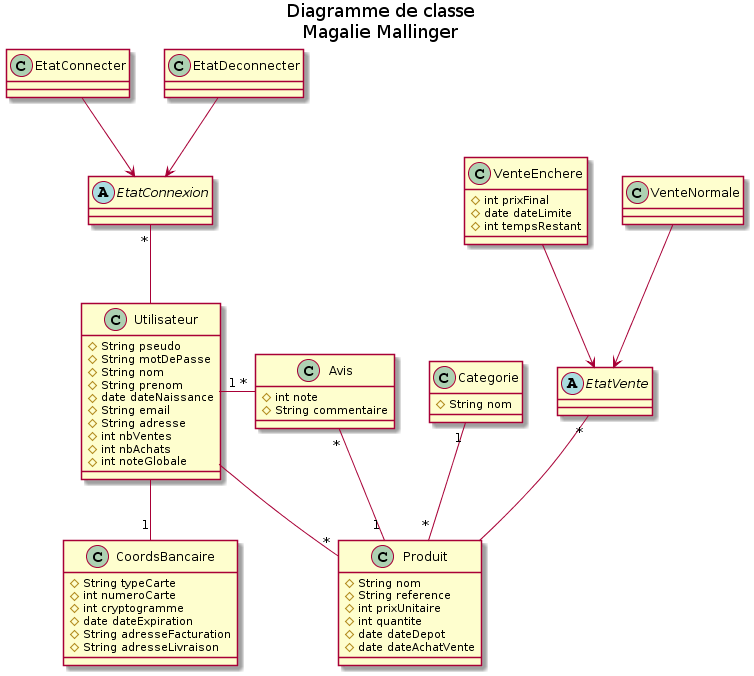
Above: diagramme_classe.png in DecolleAnais/E-March- (PlantUML), before the change.
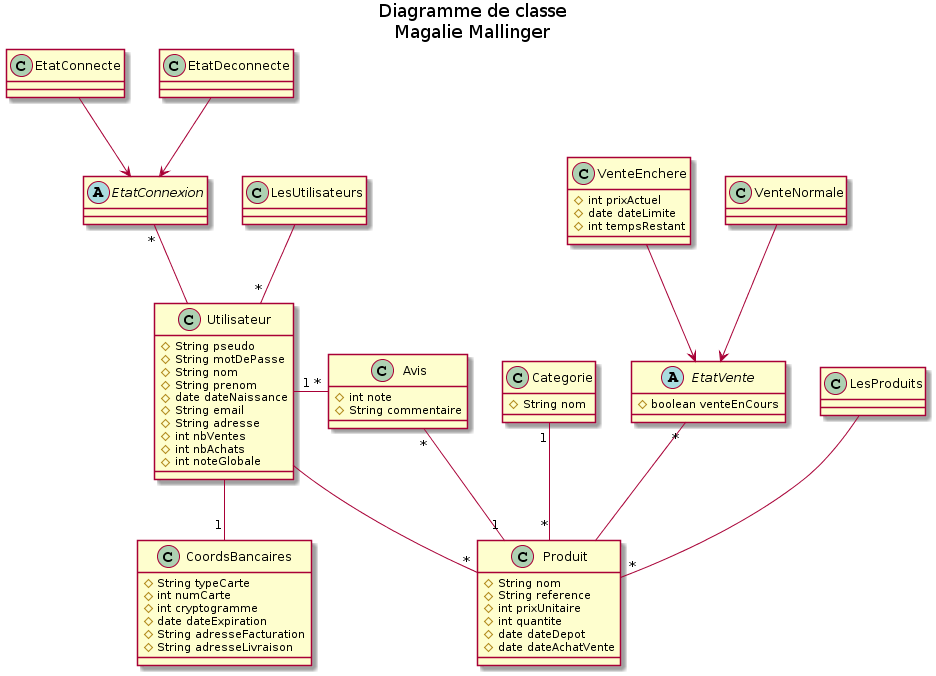
Above is the later version.

What changed in the source:
```diff
@@ -18,17 +18,17 @@
 
 }
 
-class EtatConnecter {
+class EtatConnecte {
 
 }
 
-class EtatDeconnecter {
+class EtatDeconnecte {
 
 }
 
-class CoordsBancaire {
+class CoordsBancaires {
 # String typeCarte
-# int numeroCarte
+# int numCarte
 # int cryptogramme
 # date dateExpiration
 # String adresseFacturation
@@ -49,11 +49,11 @@
 }
 
 abstract class EtatVente {
-
+# boolean venteEnCours
 }
 
 class VenteEnchere {
-# int prixFinal
+# int prixActuel
 # date dateLimite
 # int tempsRestant
 }
@@ -69,13 +69,15 @@
 
 Utilisateur  --"*"  Produit
 Categorie "1"--"*" Produit
-Utilisateur --"1" CoordsBancaire
+Utilisateur --"1" CoordsBancaires
 Utilisateur "1"-right-"*" Avis
 Produit "1"--"*" Avis
 VenteEnchere --> EtatVente
 VenteNormale --> EtatVente
 EtatVente "*"-- Produit
-EtatConnecter --> EtatConnexion
-EtatDeconnecter --> EtatConnexion
+EtatConnecte --> EtatConnexion
+EtatDeconnecte --> EtatConnexion
 EtatConnexion "*"-- Utilisateur
+LesProduits --"*" Produit
+LesUtilisateurs --"*" Utilisateur
 @enduml
```
